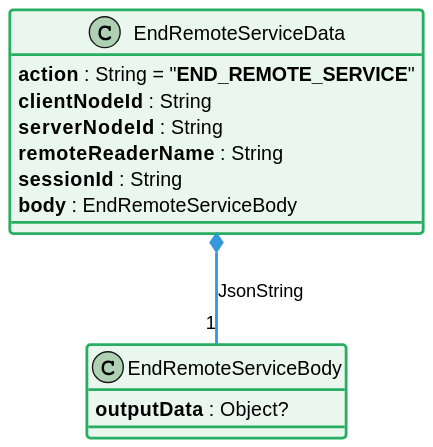
eclipse-keyple/keyple-website keeps this PlantUML diagram as static/media/learn/user-guide/distributed-json-api-1-0/distributedJsonApi_classDiagram_endRemoteService.svg. Above is the earlier version. Its diagram source:
```plantuml
@startuml


!define C_GREY1 F8F9F9
!define C_GREY2 F2F3F4
!define C_GREY3 E5E7E9
!define C_GREY4 D7DBDD
!define C_GREY5 CACFD2
!define C_GREY6 BDC3C7
!define C_LINK 3498DB
!define C_USE 27AE60

skinparam stereotypeABorderColor #A9DCDF
skinparam stereotypeIBorderColor #B4A7E5
skinparam stereotypeCBorderColor #ADD1B2
skinparam stereotypeEBorderColor #EB93DF

skinparam ClassBorderThickness 2
skinparam ArrowThickness 2

skinparam ClassBackgroundColor #FEFECE
skinparam ClassBorderColor #D4AC0D
skinparam ClassBackgroundColor<<red>> #FDEDEC
skinparam ClassBorderColor<<red>> #E74C3C
hide <<red>> stereotype
skinparam ClassBackgroundColor<<purple>> #F4ECF7
skinparam ClassBorderColor<<purple>> #8E44AD
hide <<purple>> stereotype
skinparam ClassBackgroundColor<<blue>> #EBF5FB
skinparam ClassBorderColor<<blue>> #3498DB
hide <<blue>> stereotype
skinparam ClassBackgroundColor<<green>> #E9F7EF
skinparam ClassBorderColor<<green>> #27AE60
hide <<green>> stereotype
skinparam ClassBackgroundColor<<grey>> #EAECEE
skinparam ClassBorderColor<<grey>> #2C3E50
hide <<grey>> stereotype


class EndRemoteServiceData {
    **action** : String = "**END_REMOTE_SERVICE**"
    **clientNodeId** : String
    **serverNodeId** : String
    **remoteReaderName** : String
    **sessionId** : String
    **body** : EndRemoteServiceBody
}
class EndRemoteServiceBody {
    **outputData** : Object?
}


EndRemoteServiceData *-- "1" EndRemoteServiceBody #C_LINK : JsonString



class EndRemoteServiceData <<green>>
class EndRemoteServiceBody <<green>>
@enduml
```
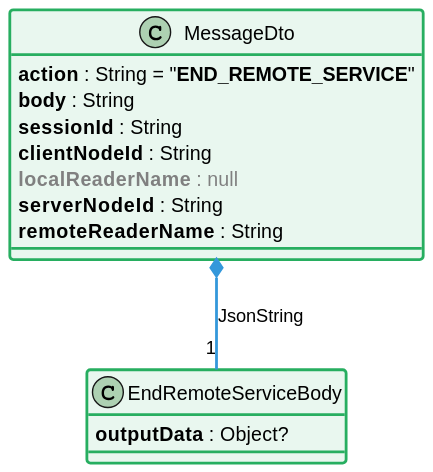
Above is the later version.

What changed in the source:
```diff
@@ -37,23 +37,24 @@
 hide <<grey>> stereotype
 
 
-class EndRemoteServiceData {
+class MessageDto {
     **action** : String = "**END_REMOTE_SERVICE**"
+    **body** : String
+    **sessionId** : String
     **clientNodeId** : String
+    <color:grey>**localReaderName** : null
     **serverNodeId** : String
     **remoteReaderName** : String
-    **sessionId** : String
-    **body** : EndRemoteServiceBody
 }
 class EndRemoteServiceBody {
     **outputData** : Object?
 }
 
 
-EndRemoteServiceData *-- "1" EndRemoteServiceBody #C_LINK : JsonString
+MessageDto *-- "1" EndRemoteServiceBody #C_LINK : JsonString
 
 
 
-class EndRemoteServiceData <<green>>
+class MessageDto <<green>>
 class EndRemoteServiceBody <<green>>
 @enduml
```
